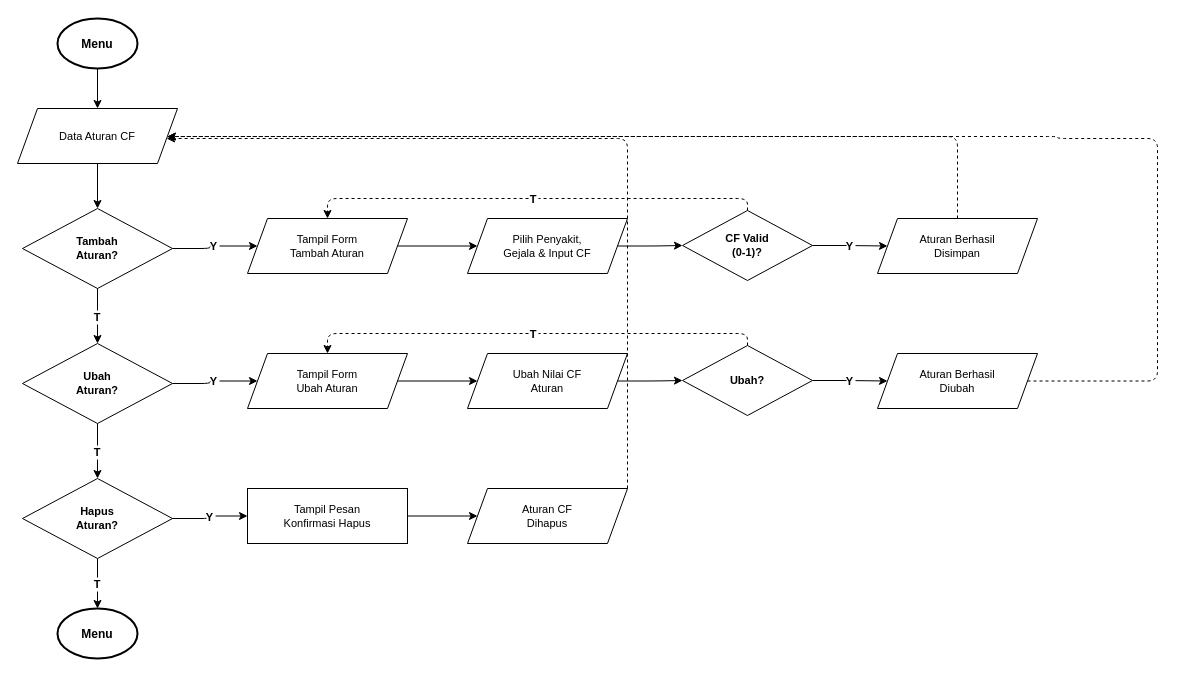
Above: diagram/flowchart/12-flowchart-admin-aturan.drawio in RajaSunrise/kangkungku (draw.io), before the change. Source tidied: cells renumbered, new cells numbered last; positions are measured from the earlier drawing's top-left corner, leaving out a move shared by most shapes. Both pictures are drawn from the tidied source at 100%, with x=0, y=0 at pixel (17, 18).
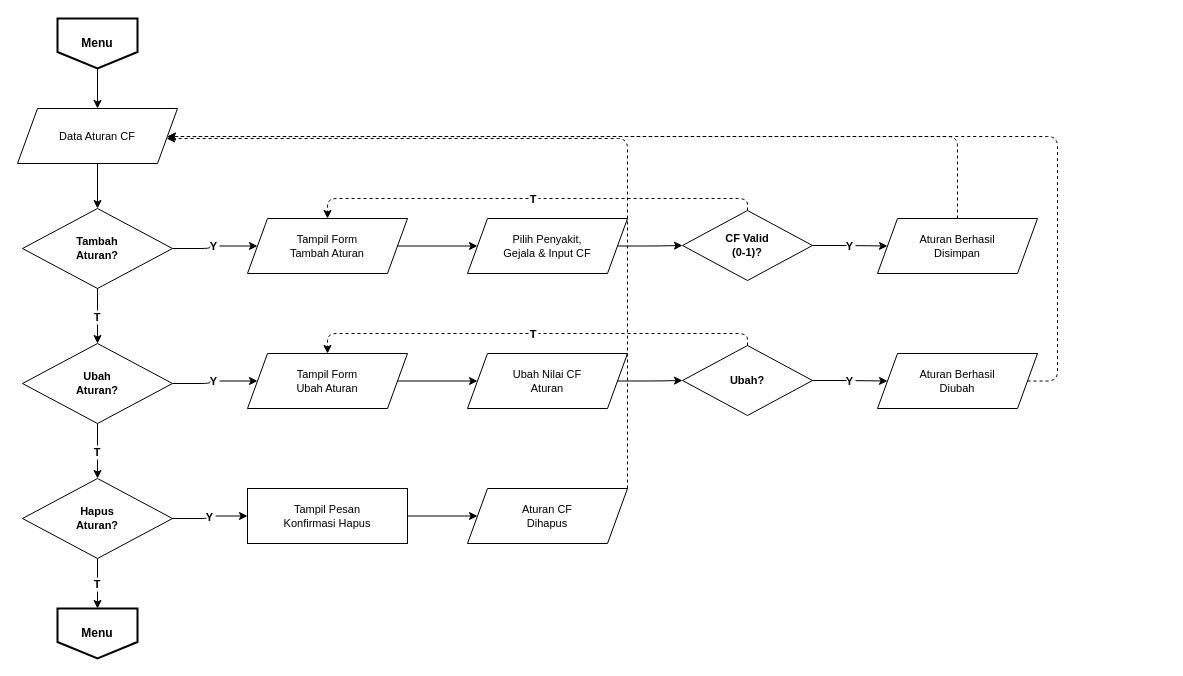
The same diagram, later.

Unchanged cells that the change refers to:
```xml
<mxCell id="3" value="Data Aturan CF" style="shape=parallelogram;perimeter=parallelogramPerimeter;whiteSpace=wrap;html=1;fixedSize=1;size=20;fillColor=#FFFFFF;strokeColor=#000000;fontSize=11;" parent="1" vertex="1">
  <mxGeometry y="90" width="160" height="55" as="geometry" />
</mxCell>
<mxCell id="13" value="Aturan Berhasil&#10;Diubah" style="shape=parallelogram;perimeter=parallelogramPerimeter;whiteSpace=wrap;html=1;fixedSize=1;size=20;fillColor=#FFFFFF;strokeColor=#000000;fontSize=11;" parent="1" vertex="1">
  <mxGeometry x="860" y="335" width="160" height="55" as="geometry" />
</mxCell>
```

Change to the diagram source:
```diff
@@
-    <mxCell id="2" value="Menu" style="shape=mxgraph.flowchart.start_2;fillColor=#FFFFFF;strokeColor=#000000;strokeWidth=2;fontSize=12;fontStyle=1;" parent="1" vertex="1">
+    <mxCell id="2" value="Menu" style="shape=offPageConnector;fillColor=#FFFFFF;strokeColor=#000000;strokeWidth=2;fontSize=12;fontStyle=1;size=0.33;whiteSpace=wrap;html=1;align=center;verticalAlign=middle;" parent="1" vertex="1">
       <mxGeometry x="40" width="80" height="50" as="geometry" />
     </mxCell>
@@
-    <mxCell id="17" value="Menu" style="shape=mxgraph.flowchart.start_2;fillColor=#FFFFFF;strokeColor=#000000;strokeWidth=2;fontSize=12;fontStyle=1;" parent="1" vertex="1">
+    <mxCell id="17" value="Menu" style="shape=offPageConnector;fillColor=#FFFFFF;strokeColor=#000000;strokeWidth=2;fontSize=12;fontStyle=1;size=0.33;whiteSpace=wrap;html=1;align=center;verticalAlign=middle;" parent="1" vertex="1">
       <mxGeometry x="40" y="590" width="80" height="50" as="geometry" />
     </mxCell>
@@
     <mxCell id="33" style="edgeStyle=orthogonalEdgeStyle;dashed=1;" parent="1" edge="1" source="13" target="3">
       <mxGeometry relative="1" as="geometry">
         <Array as="points">
-          <mxPoint x="1140" y="363" />
-          <mxPoint x="1140" y="120" />
-          <mxPoint x="1040" y="120" />
+          <mxPoint x="1040" y="363" />
           <mxPoint x="1040" y="118" />
         </Array>
       </mxGeometry>
     </mxCell>
```
